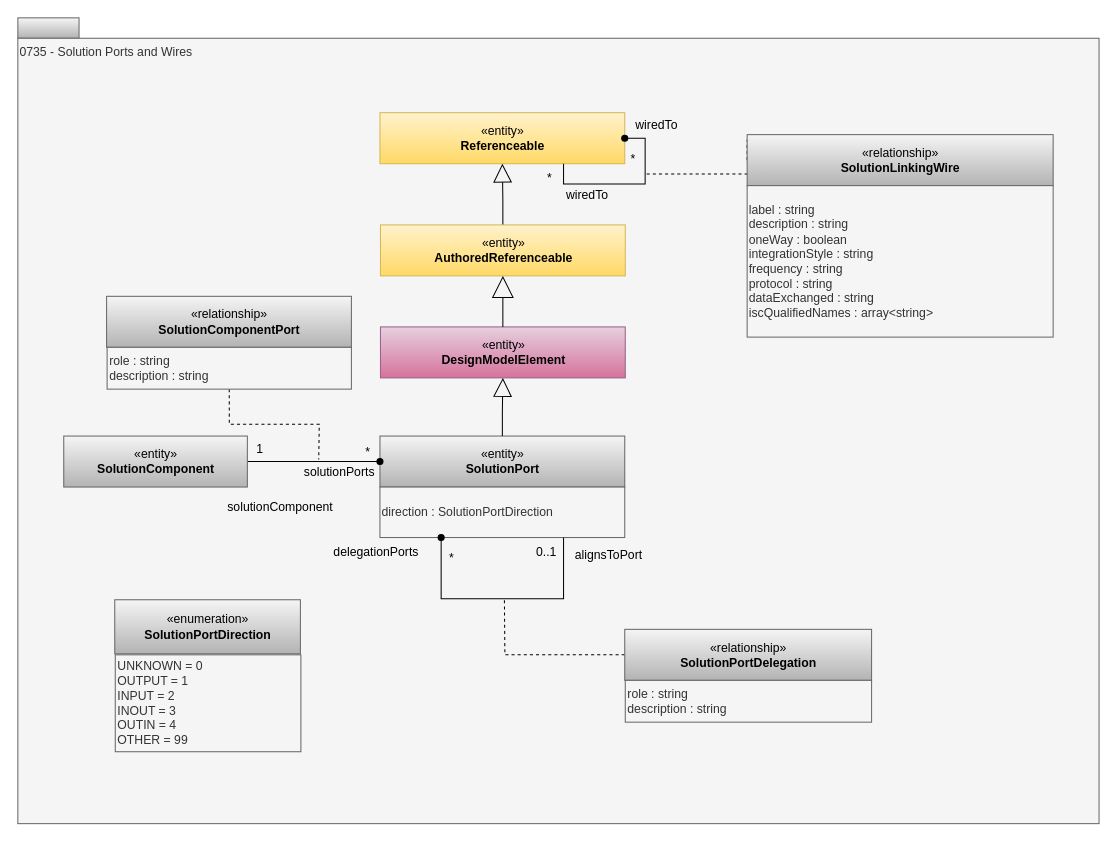
Before: page "0735-Solution-Ports-and-Wires" (10 of 19) of site/docs/types/7/area-7-lineage.drawio in odpi/egeria-docs, a draw.io diagram. Source tidied: cells renumbered, new cells numbered last; positions are measured from the earlier drawing's top-left corner, leaving out a move shared by most shapes. Both pictures are drawn from the tidied source at 102%, with x=0, y=0 at pixel (17, 17).
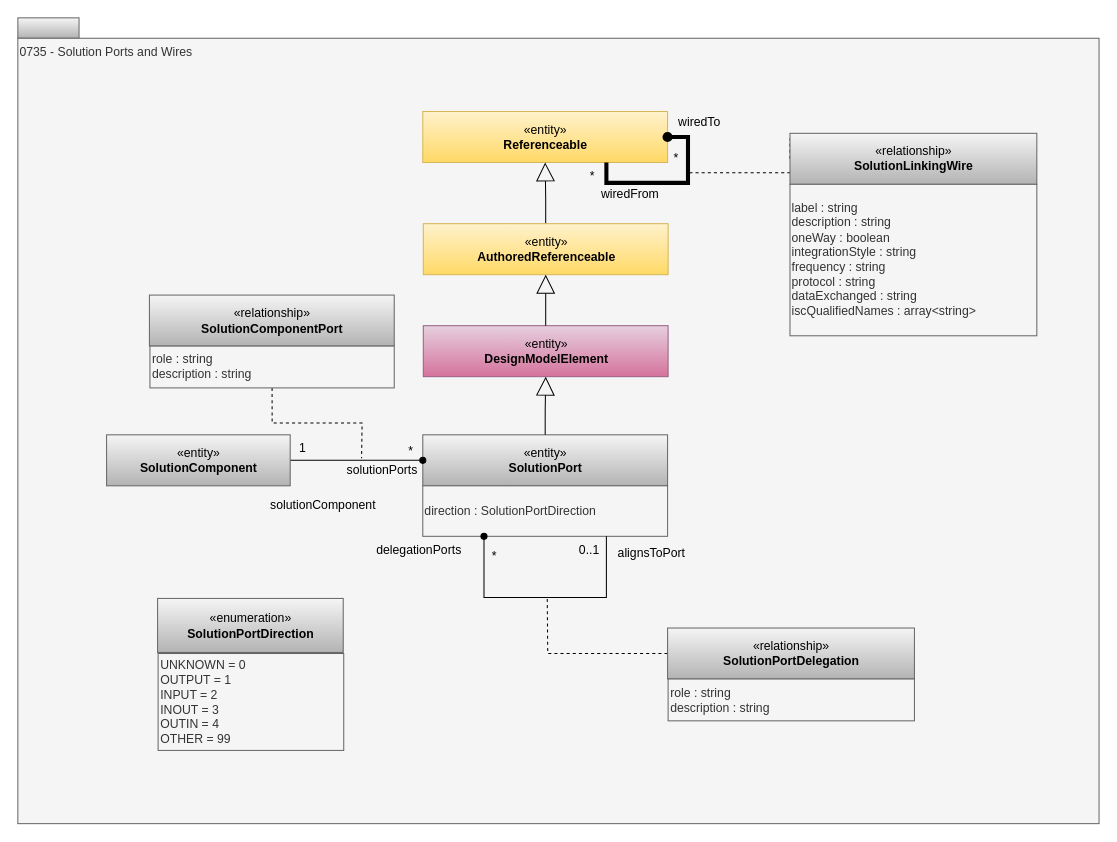
The same diagram, later.

The edit, as a diff of the source:
```diff
@@
     <mxCell id="4" value="«entity»&lt;br&gt;&lt;b&gt;Referenceable&lt;/b&gt;" style="html=1;strokeColor=#d6b656;align=center;fillColor=#fff2cc;gradientColor=#ffd966;" parent="1" vertex="1">
-      <mxGeometry x="355" y="93" width="240" height="50" as="geometry" />
+      <mxGeometry x="397" y="91.8" width="240" height="50" as="geometry" />
     </mxCell>
     <mxCell id="5" style="edgeStyle=orthogonalEdgeStyle;rounded=0;html=1;exitX=0;exitY=0.5;dashed=1;endArrow=none;endFill=0;jettySize=auto;exitDx=0;exitDy=0;" parent="1" edge="1" source="6">
       <mxGeometry relative="1" as="geometry">
-        <mxPoint x="615" y="153" as="targetPoint" />
+        <mxPoint x="657" y="151.8" as="targetPoint" />
         <Array as="points">
-          <mxPoint x="725" y="120" />
-          <mxPoint x="725" y="153" />
+          <mxPoint x="767" y="118.8" />
+          <mxPoint x="767" y="151.8" />
         </Array>
       </mxGeometry>
     </mxCell>
     <mxCell id="6" value="«relationship»&lt;br&gt;&lt;b&gt;SolutionLinkingWire&lt;/b&gt;" style="html=1;strokeColor=#666666;align=center;fillColor=#f5f5f5;gradientColor=#b3b3b3;" parent="1" vertex="1">
-      <mxGeometry x="715" y="114.5" width="300" height="50" as="geometry" />
+      <mxGeometry x="757" y="113.2" width="242" height="50" as="geometry" />
     </mxCell>
     <mxCell id="7" value="&lt;div&gt;label : string&lt;br&gt;description : string&lt;br&gt;&lt;/div&gt;&lt;div&gt;&lt;div&gt;oneWay : boolean&lt;/div&gt;&lt;div&gt;integrationStyle : string&lt;/div&gt;&lt;div&gt;frequency : string&lt;/div&gt;&lt;div&gt;protocol : string&lt;/div&gt;&lt;div&gt;dataExchanged : string&lt;/div&gt;&lt;/div&gt;iscQualifiedNames : array&amp;lt;string&amp;gt;&amp;nbsp;" style="rounded=0;whiteSpace=wrap;html=1;strokeColor=#666666;align=left;fillColor=#f5f5f5;fontColor=#333333;" parent="1" vertex="1">
-      <mxGeometry x="715" y="164.5" width="300" height="148.5" as="geometry" />
+      <mxGeometry x="757" y="163.2" width="242" height="148.5" as="geometry" />
     </mxCell>
@@
     <mxCell id="9" value="«entity»&lt;br&gt;&lt;b&gt;SolutionPort&lt;/b&gt;" style="html=1;strokeColor=#666666;align=center;fillColor=#f5f5f5;gradientColor=#b3b3b3;" parent="1" vertex="1">
-      <mxGeometry x="355" y="410" width="240" height="50" as="geometry" />
+      <mxGeometry x="397" y="408.8" width="240" height="50" as="geometry" />
     </mxCell>
-    <mxCell id="10" style="edgeStyle=orthogonalEdgeStyle;rounded=0;html=1;exitX=0.75;exitY=1;entryX=1;entryY=0.5;endArrow=oval;endFill=1;jettySize=auto;orthogonalLoop=1;entryDx=0;entryDy=0;exitDx=0;exitDy=0;strokeWidth=1;" parent="1" edge="1" source="4" target="4">
+    <mxCell id="10" style="edgeStyle=orthogonalEdgeStyle;rounded=0;html=1;exitX=0.75;exitY=1;entryX=1;entryY=0.5;endArrow=oval;endFill=1;jettySize=auto;orthogonalLoop=1;entryDx=0;entryDy=0;exitDx=0;exitDy=0;strokeWidth=4;" parent="1" edge="1" source="4" target="4">
       <mxGeometry relative="1" as="geometry" />
     </mxCell>
     <mxCell id="11" value="&lt;div&gt;direction : SolutionPortDirection&lt;br&gt;&lt;div style=&quot;text-align: left&quot;&gt;&lt;/div&gt;&lt;/div&gt;" style="rounded=0;whiteSpace=wrap;html=1;strokeColor=#666666;align=left;fillColor=#f5f5f5;fontColor=#333333;" parent="1" vertex="1">
-      <mxGeometry x="355" y="460" width="240" height="49.5" as="geometry" />
+      <mxGeometry x="397" y="458.8" width="240" height="49.5" as="geometry" />
     </mxCell>
     <mxCell id="12" value="wiredTo" style="text;html=1;align=center;verticalAlign=top;spacingTop=-4;" parent="1" vertex="1">
-      <mxGeometry x="595.5" y="94.5" width="60" height="20" as="geometry" />
+      <mxGeometry x="637.5" y="93.2" width="60" height="20" as="geometry" />
     </mxCell>
     <mxCell id="13" value="*" style="text;html=1;align=center;verticalAlign=top;spacingTop=-4;" parent="1" vertex="1">
-      <mxGeometry x="595.5" y="129" width="15" height="14" as="geometry" />
+      <mxGeometry x="637.5" y="127.8" width="15" height="14" as="geometry" />
     </mxCell>
     <mxCell id="14" value="*" style="text;html=1;align=center;verticalAlign=top;spacingTop=-4;" parent="1" vertex="1">
-      <mxGeometry x="513" y="146.5" width="15" height="14" as="geometry" />
+      <mxGeometry x="555" y="145.2" width="15" height="14" as="geometry" />
     </mxCell>
-    <mxCell id="15" value="wiredTo" style="text;html=1;align=center;verticalAlign=top;spacingTop=-4;" parent="1" vertex="1">
-      <mxGeometry x="528" y="164" width="60" height="20" as="geometry" />
+    <mxCell id="15" value="wiredFrom" style="text;html=1;align=center;verticalAlign=top;spacingTop=-4;" parent="1" vertex="1">
+      <mxGeometry x="560" y="162.8" width="80" height="20" as="geometry" />
     </mxCell>
     <mxCell id="16" style="edgeStyle=orthogonalEdgeStyle;rounded=0;html=1;exitX=0.75;exitY=1;endArrow=oval;endFill=1;jettySize=auto;orthogonalLoop=1;entryX=0.25;entryY=1;entryDx=0;entryDy=0;exitDx=0;exitDy=0;" parent="1" edge="1" source="11" target="11">
       <mxGeometry relative="1" as="geometry">
         <Array as="points">
-          <mxPoint x="535" y="569.5" />
-          <mxPoint x="415" y="569.5" />
+          <mxPoint x="577" y="568.2" />
+          <mxPoint x="457" y="568.2" />
         </Array>
       </mxGeometry>
     </mxCell>
     <mxCell id="17" style="edgeStyle=orthogonalEdgeStyle;rounded=0;html=1;exitX=0;exitY=0.5;endArrow=none;endFill=0;jettySize=auto;dashed=1;" parent="1" edge="1" source="18">
       <mxGeometry relative="1" as="geometry">
-        <mxPoint x="477" y="569.5" as="targetPoint" />
+        <mxPoint x="519" y="568.2" as="targetPoint" />
       </mxGeometry>
     </mxCell>
     <mxCell id="18" value="«relationship»&lt;br&gt;&lt;b&gt;SolutionPortDelegation&lt;/b&gt;" style="html=1;strokeColor=#666666;align=center;fillColor=#f5f5f5;gradientColor=#b3b3b3;" parent="1" vertex="1">
-      <mxGeometry x="595" y="599.5" width="242" height="50" as="geometry" />
+      <mxGeometry x="637" y="598.2" width="242" height="50" as="geometry" />
     </mxCell>
     <mxCell id="19" value="0..1" style="text;html=1;align=center;verticalAlign=top;spacingTop=-4;" parent="1" vertex="1">
-      <mxGeometry x="498" y="513.5" width="40" height="20" as="geometry" />
+      <mxGeometry x="540" y="512.2" width="40" height="20" as="geometry" />
     </mxCell>
     <mxCell id="20" value="*" style="text;html=1;align=center;verticalAlign=top;spacingTop=-4;" parent="1" vertex="1">
-      <mxGeometry x="417" y="519.5" width="15" height="14" as="geometry" />
+      <mxGeometry x="459" y="518.2" width="15" height="14" as="geometry" />
     </mxCell>
     <mxCell id="21" value="delegationPorts" style="text;html=1;align=center;verticalAlign=top;spacingTop=-4;" parent="1" vertex="1">
-      <mxGeometry x="301" y="513.5" width="100" height="20" as="geometry" />
+      <mxGeometry x="343" y="512.2" width="100" height="20" as="geometry" />
     </mxCell>
     <mxCell id="22" value="alignsToPort" style="text;html=1;align=center;verticalAlign=top;spacingTop=-4;" parent="1" vertex="1">
-      <mxGeometry x="538.5" y="516.5" width="80" height="20" as="geometry" />
+      <mxGeometry x="580.5" y="515.2" width="80" height="20" as="geometry" />
     </mxCell>
@@
     <mxCell id="24" value="«entity»&lt;br&gt;&lt;b&gt;SolutionComponent&lt;/b&gt;" style="html=1;strokeColor=#666666;align=center;fillColor=#f5f5f5;gradientColor=#b3b3b3;" parent="1" vertex="1">
-      <mxGeometry x="45" y="410" width="180" height="50" as="geometry" />
+      <mxGeometry x="87" y="408.8" width="180" height="50" as="geometry" />
     </mxCell>
     <mxCell id="25" value="*" style="text;html=1;align=center;verticalAlign=top;spacingTop=-4;" parent="1" vertex="1">
-      <mxGeometry x="335" y="416" width="15" height="14" as="geometry" />
+      <mxGeometry x="377" y="414.8" width="15" height="14" as="geometry" />
     </mxCell>
     <mxCell id="26" value="1" style="text;html=1;align=center;verticalAlign=top;spacingTop=-4;" parent="1" vertex="1">
-      <mxGeometry x="227" y="413" width="20" height="20" as="geometry" />
+      <mxGeometry x="269" y="411.8" width="20" height="20" as="geometry" />
     </mxCell>
     <mxCell id="27" value="solutionComponent" style="text;html=1;align=center;verticalAlign=top;spacingTop=-4;" parent="1" vertex="1">
-      <mxGeometry x="197" y="469.5" width="120" height="20" as="geometry" />
+      <mxGeometry x="239" y="468.2" width="120" height="20" as="geometry" />
     </mxCell>
     <mxCell id="28" value="solutionPorts" style="text;html=1;align=center;verticalAlign=top;spacingTop=-4;" parent="1" vertex="1">
-      <mxGeometry x="275" y="435.5" width="80" height="20" as="geometry" />
+      <mxGeometry x="317" y="434.2" width="80" height="20" as="geometry" />
     </mxCell>
     <mxCell id="29" value="«enumeration»&lt;br&gt;&lt;b&gt;SolutionPortDirection&lt;/b&gt;" style="html=1;strokeColor=#666666;align=center;fillColor=#f5f5f5;gradientColor=#b3b3b3;" parent="1" vertex="1">
-      <mxGeometry x="95" y="570.5" width="182" height="53" as="geometry" />
+      <mxGeometry x="137" y="569.2" width="182" height="53" as="geometry" />
     </mxCell>
     <mxCell id="30" value="UNKNOWN = 0&lt;br&gt;OUTPUT = 1&lt;br&gt;INPUT = 2&lt;br&gt;INOUT = 3&lt;br&gt;OUTIN = 4&lt;br&gt;OTHER = 99" style="rounded=0;whiteSpace=wrap;html=1;strokeColor=#666666;align=left;fillColor=#f5f5f5;fontColor=#333333;" parent="1" vertex="1">
-      <mxGeometry x="95.5" y="624.5" width="182" height="95" as="geometry" />
+      <mxGeometry x="137.5" y="623.2" width="182" height="95" as="geometry" />
     </mxCell>
     <mxCell id="31" style="edgeStyle=orthogonalEdgeStyle;rounded=0;html=1;exitX=0.5;exitY=1;endArrow=none;endFill=0;jettySize=auto;dashed=1;exitDx=0;exitDy=0;" parent="1" edge="1" source="33">
       <mxGeometry relative="1" as="geometry">
-        <mxPoint x="295" y="433" as="targetPoint" />
+        <mxPoint x="337" y="431.8" as="targetPoint" />
       </mxGeometry>
     </mxCell>
     <mxCell id="32" value="«relationship»&lt;br&gt;&lt;b&gt;SolutionComponentPort&lt;/b&gt;" style="html=1;strokeColor=#666666;align=center;fillColor=#f5f5f5;gradientColor=#b3b3b3;" parent="1" vertex="1">
-      <mxGeometry x="87" y="273" width="240" height="50" as="geometry" />
+      <mxGeometry x="129" y="271.8" width="240" height="50" as="geometry" />
     </mxCell>
     <mxCell id="33" value="role : string&lt;div&gt;description : string&lt;/div&gt;" style="rounded=0;whiteSpace=wrap;html=1;strokeColor=#666666;align=left;fillColor=#f5f5f5;fontColor=#333333;" parent="1" vertex="1">
-      <mxGeometry x="87.5" y="323" width="239.5" height="41" as="geometry" />
+      <mxGeometry x="129.5" y="321.8" width="239.5" height="41" as="geometry" />
     </mxCell>
     <mxCell id="34" value="role : string&lt;div&gt;description : string&lt;/div&gt;" style="rounded=0;whiteSpace=wrap;html=1;strokeColor=#666666;align=left;fillColor=#f5f5f5;fontColor=#333333;" parent="1" vertex="1">
-      <mxGeometry x="595.5" y="649.5" width="241.5" height="41" as="geometry" />
+      <mxGeometry x="637.5" y="648.2" width="241.5" height="41" as="geometry" />
     </mxCell>
     <mxCell id="35" value="«entity»&lt;br&gt;&lt;b&gt;DesignModelElement&lt;/b&gt;" style="html=1;strokeColor=#996185;align=center;fillColor=#e6d0de;gradientColor=#d5739d;" parent="1" vertex="1">
-      <mxGeometry x="355.5" y="303" width="240" height="50" as="geometry" />
+      <mxGeometry x="397.5" y="301.8" width="240" height="50" as="geometry" />
     </mxCell>
@@
     <mxCell id="37" value="«entity»&lt;br&gt;&lt;b&gt;AuthoredReferenceable&lt;/b&gt;" style="html=1;strokeColor=#d6b656;align=center;fillColor=#fff2cc;gradientColor=#ffd966;" parent="1" vertex="1">
-      <mxGeometry x="355.5" y="203" width="240" height="50" as="geometry" />
+      <mxGeometry x="397.5" y="201.8" width="240" height="50" as="geometry" />
     </mxCell>
-    <mxCell id="38" style="edgeStyle=orthogonalEdgeStyle;rounded=0;jettySize=auto;html=1;endArrow=block;endFill=0;startSize=6;endSize=19;exitX=0.5;exitY=0;exitDx=0;exitDy=0;entryX=0.5;entryY=1;entryDx=0;entryDy=0;" parent="1" edge="1" source="35" target="37">
+    <mxCell id="38" style="edgeStyle=orthogonalEdgeStyle;rounded=0;jettySize=auto;html=1;endArrow=block;endFill=0;startSize=6;endSize=16;exitX=0.5;exitY=0;exitDx=0;exitDy=0;entryX=0.5;entryY=1;entryDx=0;entryDy=0;" parent="1" edge="1" source="35" target="37">
       <mxGeometry relative="1" as="geometry" />
     </mxCell>
```
